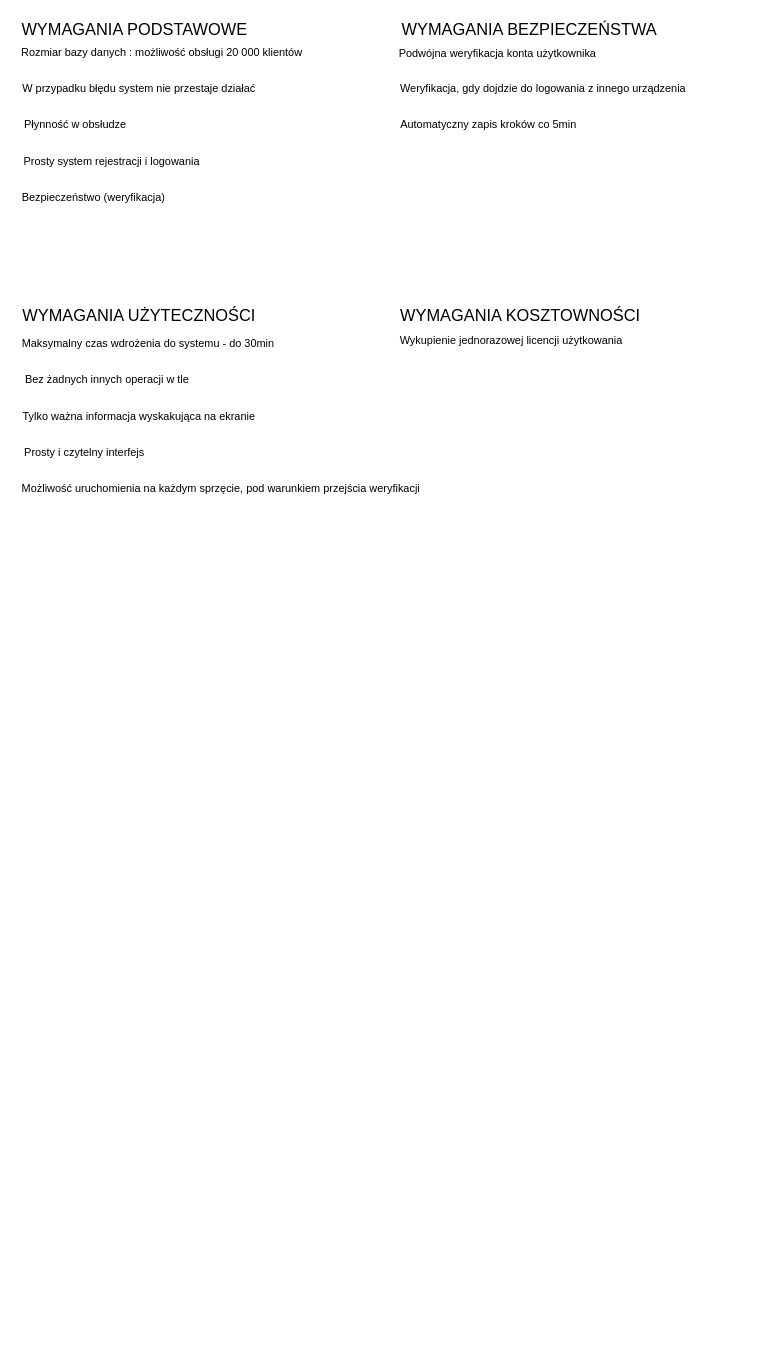
Earlier version of the draw.io diagram Untitled Diagram.drawio (Man1exter/wifiFinder). Source tidied: cells renumbered, new cells numbered last; positions are measured from the earlier drawing's top-left corner, leaving out a move shared by most shapes. Both pictures are drawn from the tidied source at 91%, with x=0, y=0 at pixel (15, 15).
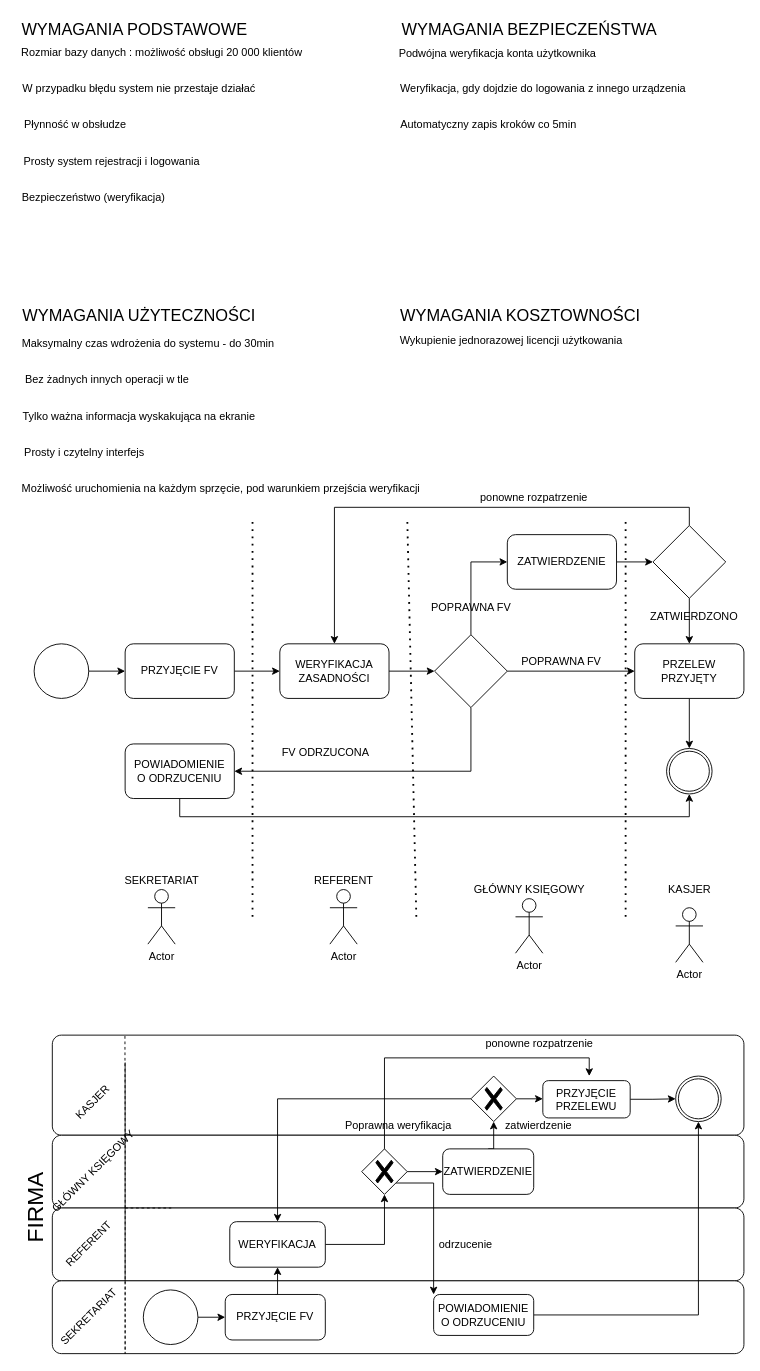
The same page after the edit.

Diff of the diagram source:
```diff
@@
+    <mxCell id="20" style="edgeStyle=orthogonalEdgeStyle;rounded=0;jettySize=auto;html=1;fontSize=12;" parent="1" edge="1" source="21" target="23">
+      <mxGeometry relative="1" as="geometry" />
+    </mxCell>
+    <mxCell id="21" style="ellipse;whiteSpace=wrap;html=1;fontSize=12;" parent="1" vertex="1">
+      <mxGeometry x="20" y="690" width="60" height="60" as="geometry" />
+    </mxCell>
+    <mxCell id="22" style="edgeStyle=orthogonalEdgeStyle;rounded=0;jettySize=auto;html=1;fontSize=12;" parent="1" edge="1" source="23" target="25">
+      <mxGeometry relative="1" as="geometry" />
+    </mxCell>
+    <mxCell id="23" value="PRZYJĘCIE FV" style="rounded=1;whiteSpace=wrap;html=1;fontSize=12;" parent="1" vertex="1">
+      <mxGeometry x="120" y="690" width="120" height="60" as="geometry" />
+    </mxCell>
+    <mxCell id="24" style="edgeStyle=orthogonalEdgeStyle;rounded=0;jettySize=auto;html=1;fontSize=12;" parent="1" edge="1" source="25" target="29">
+      <mxGeometry relative="1" as="geometry" />
+    </mxCell>
+    <mxCell id="25" value="WERYFIKACJA ZASADNOŚCI" style="rounded=1;whiteSpace=wrap;html=1;fontSize=12;" parent="1" vertex="1">
+      <mxGeometry x="290" y="690" width="120" height="60" as="geometry" />
+    </mxCell>
+    <mxCell id="26" style="edgeStyle=orthogonalEdgeStyle;rounded=0;jettySize=auto;html=1;exitX=1;exitY=0.5;exitDx=0;exitDy=0;fontSize=12;" parent="1" edge="1" source="29" target="31">
+      <mxGeometry relative="1" as="geometry" />
+    </mxCell>
+    <mxCell id="27" style="edgeStyle=orthogonalEdgeStyle;rounded=0;jettySize=auto;html=1;exitX=0.5;exitY=1;exitDx=0;exitDy=0;entryX=1;entryY=0.5;entryDx=0;entryDy=0;fontSize=12;" parent="1" edge="1" source="29" target="33">
+      <mxGeometry relative="1" as="geometry" />
+    </mxCell>
+    <mxCell id="28" style="edgeStyle=orthogonalEdgeStyle;rounded=0;jettySize=auto;html=1;exitX=0.5;exitY=0;exitDx=0;exitDy=0;entryX=0;entryY=0.5;entryDx=0;entryDy=0;fontSize=12;" parent="1" edge="1" source="29" target="35">
+      <mxGeometry relative="1" as="geometry" />
+    </mxCell>
+    <mxCell id="29" style="rhombus;whiteSpace=wrap;html=1;fontSize=12;" parent="1" vertex="1">
+      <mxGeometry x="460" y="680" width="80" height="80" as="geometry" />
+    </mxCell>
+    <mxCell id="30" style="edgeStyle=orthogonalEdgeStyle;rounded=0;jettySize=auto;html=1;exitX=0.5;exitY=1;exitDx=0;exitDy=0;entryX=0.5;entryY=0;entryDx=0;entryDy=0;entryPerimeter=0;fontSize=12;" parent="1" edge="1" source="31" target="36">
+      <mxGeometry relative="1" as="geometry" />
+    </mxCell>
+    <mxCell id="31" value="PRZELEW PRZYJĘTY" style="rounded=1;whiteSpace=wrap;html=1;fontSize=12;" parent="1" vertex="1">
+      <mxGeometry x="680" y="690" width="120" height="60" as="geometry" />
+    </mxCell>
+    <mxCell id="32" style="edgeStyle=orthogonalEdgeStyle;rounded=0;jettySize=auto;html=1;exitX=0.5;exitY=1;exitDx=0;exitDy=0;entryX=0.5;entryY=1;entryDx=0;entryDy=0;entryPerimeter=0;fontSize=12;" parent="1" edge="1" source="33" target="36">
+      <mxGeometry relative="1" as="geometry" />
+    </mxCell>
+    <mxCell id="33" value="POWIADOMIENIE&lt;br&gt;O ODRZUCENIU" style="rounded=1;whiteSpace=wrap;html=1;fontSize=12;" parent="1" vertex="1">
+      <mxGeometry x="120" y="800" width="120" height="60" as="geometry" />
+    </mxCell>
+    <mxCell id="34" style="edgeStyle=orthogonalEdgeStyle;rounded=0;jettySize=auto;html=1;exitX=1;exitY=0.5;exitDx=0;exitDy=0;entryX=0;entryY=0.5;entryDx=0;entryDy=0;fontSize=12;" parent="1" edge="1" source="35" target="39">
+      <mxGeometry relative="1" as="geometry" />
+    </mxCell>
+    <mxCell id="35" value="ZATWIERDZENIE" style="rounded=1;whiteSpace=wrap;html=1;fontSize=12;" parent="1" vertex="1">
+      <mxGeometry x="540" y="570" width="120" height="60" as="geometry" />
+    </mxCell>
+    <mxCell id="36" style="points=[[0.145,0.145,0],[0.5,0,0],[0.855,0.145,0],[1,0.5,0],[0.855,0.855,0],[0.5,1,0],[0.145,0.855,0],[0,0.5,0]];shape=mxgraph.bpmn.event;html=1;verticalLabelPosition=bottom;labelBackgroundColor=#ffffff;verticalAlign=top;align=center;perimeter=ellipsePerimeter;outlineConnect=0;outline=throwing;symbol=general;fontSize=12;" parent="1" vertex="1">
+      <mxGeometry x="715" y="805" width="50" height="50" as="geometry" />
+    </mxCell>
+    <mxCell id="37" style="edgeStyle=orthogonalEdgeStyle;rounded=0;jettySize=auto;html=1;exitX=0.5;exitY=1;exitDx=0;exitDy=0;entryX=0.5;entryY=0;entryDx=0;entryDy=0;fontSize=12;" parent="1" edge="1" source="39" target="31">
+      <mxGeometry relative="1" as="geometry" />
+    </mxCell>
+    <mxCell id="38" style="edgeStyle=orthogonalEdgeStyle;rounded=0;jettySize=auto;html=1;exitX=0.5;exitY=0;exitDx=0;exitDy=0;entryX=0.5;entryY=0;entryDx=0;entryDy=0;fontSize=12;" parent="1" edge="1" source="39" target="25">
+      <mxGeometry relative="1" as="geometry" />
+    </mxCell>
+    <mxCell id="39" style="rhombus;whiteSpace=wrap;html=1;fontSize=12;" parent="1" vertex="1">
+      <mxGeometry x="700" y="560" width="80" height="80" as="geometry" />
+    </mxCell>
+    <mxCell id="40" value="SEKRETARIAT&lt;br&gt;" style="text;html=1;align=center;verticalAlign=middle;strokeColor=none;fillColor=none;fontSize=12;" parent="1" vertex="1">
+      <mxGeometry x="110" y="940" width="100" height="20" as="geometry" />
+    </mxCell>
+    <mxCell id="41" value="REFERENT" style="text;html=1;align=center;verticalAlign=middle;strokeColor=none;fillColor=none;fontSize=12;" parent="1" vertex="1">
+      <mxGeometry x="320" y="940" width="80" height="20" as="geometry" />
+    </mxCell>
+    <mxCell id="42" value="GŁÓWNY KSIĘGOWY" style="text;html=1;align=center;verticalAlign=middle;strokeColor=none;fillColor=none;fontSize=12;" parent="1" vertex="1">
+      <mxGeometry x="494" y="950" width="140" height="20" as="geometry" />
+    </mxCell>
+    <mxCell id="43" value="KASJER" style="text;html=1;align=center;verticalAlign=middle;strokeColor=none;fillColor=none;fontSize=12;" parent="1" vertex="1">
+      <mxGeometry x="710" y="950" width="60" height="20" as="geometry" />
+    </mxCell>
+    <mxCell id="44" style="endArrow=none;dashed=1;html=1;dashPattern=1 3;strokeWidth=2;rounded=0;fontSize=12;" parent="1" edge="1">
+      <mxGeometry relative="1" as="geometry">
+        <mxPoint x="260" y="990" as="sourcePoint" />
+        <mxPoint x="260" y="550" as="targetPoint" />
+      </mxGeometry>
+    </mxCell>
+    <mxCell id="45" style="endArrow=none;dashed=1;html=1;dashPattern=1 3;strokeWidth=2;rounded=0;fontSize=12;" parent="1" edge="1">
+      <mxGeometry relative="1" as="geometry">
+        <mxPoint x="440" y="990" as="sourcePoint" />
+        <mxPoint x="430" y="550" as="targetPoint" />
+      </mxGeometry>
+    </mxCell>
+    <mxCell id="46" style="endArrow=none;dashed=1;html=1;dashPattern=1 3;strokeWidth=2;rounded=0;fontSize=12;" parent="1" edge="1">
+      <mxGeometry relative="1" as="geometry">
+        <mxPoint x="670" y="990" as="sourcePoint" />
+        <mxPoint x="670" y="550" as="targetPoint" />
+      </mxGeometry>
+    </mxCell>
+    <mxCell id="47" value="Actor" style="shape=umlActor;verticalLabelPosition=bottom;verticalAlign=top;html=1;fontSize=12;" parent="1" vertex="1">
+      <mxGeometry x="145" y="960" width="30" height="60" as="geometry" />
+    </mxCell>
+    <mxCell id="48" value="Actor" style="shape=umlActor;verticalLabelPosition=bottom;verticalAlign=top;html=1;fontSize=12;" parent="1" vertex="1">
+      <mxGeometry x="345" y="960" width="30" height="60" as="geometry" />
+    </mxCell>
+    <mxCell id="49" value="Actor" style="shape=umlActor;verticalLabelPosition=bottom;verticalAlign=top;html=1;fontSize=12;" parent="1" vertex="1">
+      <mxGeometry x="549" y="970" width="30" height="60" as="geometry" />
+    </mxCell>
+    <mxCell id="50" value="Actor" style="shape=umlActor;verticalLabelPosition=bottom;verticalAlign=top;html=1;fontSize=12;" parent="1" vertex="1">
+      <mxGeometry x="725" y="980" width="30" height="60" as="geometry" />
+    </mxCell>
+    <mxCell id="51" value="ZATWIERDZONO" style="text;html=1;align=center;verticalAlign=middle;strokeColor=none;fillColor=none;fontSize=12;" parent="1" vertex="1">
+      <mxGeometry x="690" y="650" width="110" height="20" as="geometry" />
+    </mxCell>
+    <mxCell id="52" value="FV ODRZUCONA" style="text;html=1;align=center;verticalAlign=middle;strokeColor=none;fillColor=none;fontSize=12;" parent="1" vertex="1">
+      <mxGeometry x="285" y="800" width="110" height="20" as="geometry" />
+    </mxCell>
+    <mxCell id="53" value="POPRAWNA FV" style="text;html=1;align=center;verticalAlign=middle;strokeColor=none;fillColor=none;fontSize=12;" parent="1" vertex="1">
+      <mxGeometry x="549" y="700" width="100" height="20" as="geometry" />
+    </mxCell>
+    <mxCell id="54" value="POPRAWNA FV" style="text;html=1;align=center;verticalAlign=middle;strokeColor=none;fillColor=none;fontSize=12;" parent="1" vertex="1">
+      <mxGeometry x="450" y="640" width="100" height="20" as="geometry" />
+    </mxCell>
+    <mxCell id="55" style="points=[[0.25,0,0],[0.5,0,0],[0.75,0,0],[1,0.25,0],[1,0.5,0],[1,0.75,0],[0.75,1,0],[0.5,1,0],[0.25,1,0],[0,0.75,0],[0,0.5,0],[0,0.25,0]];shape=mxgraph.bpmn.task;whiteSpace=wrap;rectStyle=rounded;size=10;taskMarker=abstract;fontSize=12;" parent="1" vertex="1">
+      <mxGeometry x="40" y="1120" width="760" height="110" as="geometry" />
+    </mxCell>
+    <mxCell id="56" style="shape=mxgraph.bpmn.task;whiteSpace=wrap;rectStyle=rounded;size=10;taskMarker=abstract;fontSize=12;" parent="1" vertex="1">
+      <mxGeometry x="40" y="1230" width="760" height="80" as="geometry" />
+    </mxCell>
+    <mxCell id="57" style="points=[[0.25,0,0],[0.5,0,0],[0.75,0,0],[1,0.25,0],[1,0.5,0],[1,0.75,0],[0.75,1,0],[0.5,1,0],[0.25,1,0],[0,0.75,0],[0,0.5,0],[0,0.25,0]];shape=mxgraph.bpmn.task;whiteSpace=wrap;rectStyle=rounded;size=10;taskMarker=abstract;fontSize=12;" parent="1" vertex="1">
+      <mxGeometry x="40" y="1310" width="760" height="80" as="geometry" />
+    </mxCell>
+    <mxCell id="58" style="points=[[0.25,0,0],[0.5,0,0],[0.75,0,0],[1,0.25,0],[1,0.5,0],[1,0.75,0],[0.75,1,0],[0.5,1,0],[0.25,1,0],[0,0.75,0],[0,0.5,0],[0,0.25,0]];shape=mxgraph.bpmn.task;whiteSpace=wrap;rectStyle=rounded;size=10;taskMarker=abstract;fontSize=12;" parent="1" vertex="1">
+      <mxGeometry x="40" y="1390" width="760" height="80" as="geometry" />
+    </mxCell>
+    <mxCell id="59" style="endArrow=none;dashed=1;html=1;rounded=0;fontSize=12;entryX=0.172;entryY=0;entryDx=0;entryDy=0;entryPerimeter=0;" parent="1" edge="1" source="58" target="57">
+      <mxGeometry relative="1" as="geometry">
+        <Array as="points">
+          <mxPoint x="120" y="1390" />
+          <mxPoint x="120" y="1150" />
+          <mxPoint x="120" y="1470" />
+          <mxPoint x="120" y="1310" />
+        </Array>
+      </mxGeometry>
+    </mxCell>
+    <mxCell id="60" style="endArrow=none;dashed=1;html=1;rounded=0;fontSize=12;entryX=0.105;entryY=0;entryDx=0;entryDy=0;entryPerimeter=0;" parent="1" edge="1" target="55">
+      <mxGeometry relative="1" as="geometry">
+        <mxPoint x="120" y="1310" as="sourcePoint" />
+        <Array as="points">
+          <mxPoint x="120" y="1230" />
+        </Array>
+      </mxGeometry>
+    </mxCell>
+    <mxCell id="61" value="&lt;font style=&quot;font-size: 25px&quot;&gt;FIRMA&lt;br&gt;&lt;br&gt;&lt;/font&gt;" style="text;html=1;align=center;verticalAlign=middle;strokeColor=none;fillColor=none;fontSize=12;rotation=-90;" parent="1" vertex="1">
+      <mxGeometry x="-10" y="1290" width="90" height="40" as="geometry" />
+    </mxCell>
+    <mxCell id="62" value="&lt;font style=&quot;font-size: 12px&quot;&gt;KASJER&lt;/font&gt;" style="text;html=1;align=center;verticalAlign=middle;strokeColor=none;fillColor=none;fontSize=25;rotation=-45;" parent="1" vertex="1">
+      <mxGeometry x="50" y="1170" width="60" height="40" as="geometry" />
+    </mxCell>
+    <mxCell id="63" value="GŁÓWNY KSIĘGOWY" style="text;html=1;align=center;verticalAlign=middle;strokeColor=none;fillColor=none;fontSize=12;rotation=-45;" parent="1" vertex="1">
+      <mxGeometry x="15" y="1260" width="140" height="20" as="geometry" />
+    </mxCell>
+    <mxCell id="64" value="REFERENT" style="text;html=1;align=center;verticalAlign=middle;strokeColor=none;fillColor=none;fontSize=12;rotation=-45;" parent="1" vertex="1">
+      <mxGeometry x="40" y="1340" width="80" height="20" as="geometry" />
+    </mxCell>
+    <mxCell id="65" value="SEKRETARIAT" style="text;html=1;align=center;verticalAlign=middle;strokeColor=none;fillColor=none;fontSize=12;rotation=-45;" parent="1" vertex="1">
+      <mxGeometry x="30" y="1420" width="100" height="20" as="geometry" />
+    </mxCell>
+    <mxCell id="66" style="edgeStyle=orthogonalEdgeStyle;rounded=0;jettySize=auto;html=1;exitX=1;exitY=0.5;exitDx=0;exitDy=0;entryX=0;entryY=0.5;entryDx=0;entryDy=0;fontSize=12;" parent="1" edge="1" source="67" target="69">
+      <mxGeometry relative="1" as="geometry" />
+    </mxCell>
+    <mxCell id="67" style="ellipse;whiteSpace=wrap;html=1;fontSize=12;" parent="1" vertex="1">
+      <mxGeometry x="140" y="1400" width="60" height="60" as="geometry" />
+    </mxCell>
+    <mxCell id="68" style="edgeStyle=orthogonalEdgeStyle;rounded=0;jettySize=auto;html=1;exitX=0.5;exitY=0;exitDx=0;exitDy=0;entryX=0.5;entryY=1;entryDx=0;entryDy=0;fontSize=12;" parent="1" edge="1" source="69" target="71">
+      <mxGeometry relative="1" as="geometry" />
+    </mxCell>
+    <mxCell id="69" value="PRZYJĘCIE FV" style="rounded=1;whiteSpace=wrap;html=1;fontSize=12;" parent="1" vertex="1">
+      <mxGeometry x="230" y="1405" width="110" height="50" as="geometry" />
+    </mxCell>
+    <mxCell id="70" style="edgeStyle=orthogonalEdgeStyle;rounded=0;jettySize=auto;html=1;exitX=1;exitY=0.5;exitDx=0;exitDy=0;entryX=0.5;entryY=1;entryDx=0;entryDy=0;entryPerimeter=0;fontSize=12;" parent="1" edge="1" source="71" target="75">
+      <mxGeometry relative="1" as="geometry" />
+    </mxCell>
+    <mxCell id="71" value="WERYFIKACJA" style="rounded=1;whiteSpace=wrap;html=1;fontSize=12;" parent="1" vertex="1">
+      <mxGeometry x="235" y="1325" width="105" height="50" as="geometry" />
+    </mxCell>
+    <mxCell id="72" style="edgeStyle=orthogonalEdgeStyle;rounded=0;jettySize=auto;html=1;exitX=1;exitY=0.5;exitDx=0;exitDy=0;exitPerimeter=0;entryX=0;entryY=0.5;entryDx=0;entryDy=0;fontSize=12;" parent="1" edge="1" source="75" target="77">
+      <mxGeometry relative="1" as="geometry" />
+    </mxCell>
+    <mxCell id="73" style="edgeStyle=orthogonalEdgeStyle;rounded=0;jettySize=auto;html=1;exitX=0.5;exitY=0;exitDx=0;exitDy=0;exitPerimeter=0;fontSize=12;" parent="1" edge="1" source="75">
+      <mxGeometry relative="1" as="geometry">
+        <mxPoint x="630" y="1165" as="targetPoint" />
+        <Array as="points">
+          <mxPoint x="405" y="1145" />
+          <mxPoint x="630" y="1145" />
+          <mxPoint x="630" y="1165" />
+        </Array>
+      </mxGeometry>
+    </mxCell>
+    <mxCell id="74" style="edgeStyle=orthogonalEdgeStyle;rounded=0;jettySize=auto;html=1;exitX=0.75;exitY=0.75;exitDx=0;exitDy=0;exitPerimeter=0;entryX=0;entryY=0;entryDx=0;entryDy=0;fontSize=12;" parent="1" edge="1" source="75" target="85">
+      <mxGeometry relative="1" as="geometry" />
+    </mxCell>
+    <mxCell id="75" style="points=[[0.25,0.25,0],[0.5,0,0],[0.75,0.25,0],[1,0.5,0],[0.75,0.75,0],[0.5,1,0],[0.25,0.75,0],[0,0.5,0]];shape=mxgraph.bpmn.gateway2;html=1;verticalLabelPosition=bottom;labelBackgroundColor=#ffffff;verticalAlign=top;align=center;perimeter=rhombusPerimeter;outlineConnect=0;outline=none;symbol=none;gwType=exclusive;fontSize=12;" parent="1" vertex="1">
+      <mxGeometry x="380" y="1245" width="50" height="50" as="geometry" />
+    </mxCell>
+    <mxCell id="76" style="edgeStyle=orthogonalEdgeStyle;rounded=0;jettySize=auto;html=1;exitX=0.5;exitY=0;exitDx=0;exitDy=0;entryX=0.5;entryY=1;entryDx=0;entryDy=0;entryPerimeter=0;fontSize=12;" parent="1" edge="1" source="77" target="80">
+      <mxGeometry relative="1" as="geometry" />
+    </mxCell>
+    <mxCell id="77" value="ZATWIERDZENIE" style="rounded=1;whiteSpace=wrap;html=1;fontSize=12;" parent="1" vertex="1">
+      <mxGeometry x="469" y="1245" width="100" height="50" as="geometry" />
+    </mxCell>
+    <mxCell id="78" style="edgeStyle=orthogonalEdgeStyle;rounded=0;jettySize=auto;html=1;exitX=1;exitY=0.5;exitDx=0;exitDy=0;exitPerimeter=0;entryX=0;entryY=0.5;entryDx=0;entryDy=0;fontSize=12;" parent="1" edge="1" source="80" target="82">
+      <mxGeometry relative="1" as="geometry" />
+    </mxCell>
+    <mxCell id="79" style="edgeStyle=orthogonalEdgeStyle;rounded=0;jettySize=auto;html=1;exitX=0;exitY=0.5;exitDx=0;exitDy=0;exitPerimeter=0;fontSize=12;" parent="1" edge="1" source="80" target="71">
+      <mxGeometry relative="1" as="geometry" />
+    </mxCell>
+    <mxCell id="80" style="points=[[0.25,0.25,0],[0.5,0,0],[0.75,0.25,0],[1,0.5,0],[0.75,0.75,0],[0.5,1,0],[0.25,0.75,0],[0,0.5,0]];shape=mxgraph.bpmn.gateway2;html=1;verticalLabelPosition=bottom;labelBackgroundColor=#ffffff;verticalAlign=top;align=center;perimeter=rhombusPerimeter;outlineConnect=0;outline=none;symbol=none;gwType=exclusive;fontSize=12;" parent="1" vertex="1">
+      <mxGeometry x="500" y="1165" width="50" height="50" as="geometry" />
+    </mxCell>
+    <mxCell id="81" style="edgeStyle=orthogonalEdgeStyle;rounded=0;jettySize=auto;html=1;exitX=1;exitY=0.5;exitDx=0;exitDy=0;entryX=0;entryY=0.5;entryDx=0;entryDy=0;entryPerimeter=0;fontSize=12;" parent="1" edge="1" source="82" target="83">
+      <mxGeometry relative="1" as="geometry" />
+    </mxCell>
+    <mxCell id="82" value="PRZYJĘCIE PRZELEWU" style="rounded=1;whiteSpace=wrap;html=1;fontSize=12;" parent="1" vertex="1">
+      <mxGeometry x="579" y="1170" width="96" height="41" as="geometry" />
+    </mxCell>
+    <mxCell id="83" style="points=[[0.145,0.145,0],[0.5,0,0],[0.855,0.145,0],[1,0.5,0],[0.855,0.855,0],[0.5,1,0],[0.145,0.855,0],[0,0.5,0]];shape=mxgraph.bpmn.event;html=1;verticalLabelPosition=bottom;labelBackgroundColor=#ffffff;verticalAlign=top;align=center;perimeter=ellipsePerimeter;outlineConnect=0;outline=throwing;symbol=general;fontSize=12;" parent="1" vertex="1">
+      <mxGeometry x="725" y="1165" width="50" height="50" as="geometry" />
+    </mxCell>
+    <mxCell id="84" style="edgeStyle=orthogonalEdgeStyle;rounded=0;jettySize=auto;html=1;exitX=1;exitY=0.5;exitDx=0;exitDy=0;entryX=0.5;entryY=1;entryDx=0;entryDy=0;entryPerimeter=0;fontSize=12;" parent="1" edge="1" source="85" target="83">
+      <mxGeometry relative="1" as="geometry" />
+    </mxCell>
+    <mxCell id="85" value="POWIADOMIENIE O ODRZUCENIU" style="rounded=1;whiteSpace=wrap;html=1;fontSize=12;" parent="1" vertex="1">
+      <mxGeometry x="459" y="1405" width="110" height="45" as="geometry" />
+    </mxCell>
+    <mxCell id="86" value="odrzucenie" style="text;html=1;align=center;verticalAlign=middle;strokeColor=none;fillColor=none;fontSize=12;" parent="1" vertex="1">
+      <mxGeometry x="459" y="1340" width="70" height="20" as="geometry" />
+    </mxCell>
+    <mxCell id="87" value="ponowne rozpatrzenie" style="text;html=1;align=center;verticalAlign=middle;strokeColor=none;fillColor=none;fontSize=12;" parent="1" vertex="1">
+      <mxGeometry x="504" y="520" width="130" height="20" as="geometry" />
+    </mxCell>
+    <mxCell id="88" value="ponowne rozpatrzenie" style="text;html=1;align=center;verticalAlign=middle;strokeColor=none;fillColor=none;fontSize=12;" parent="1" vertex="1">
+      <mxGeometry x="510" y="1120" width="130" height="20" as="geometry" />
+    </mxCell>
+    <mxCell id="89" value="zatwierdzenie" style="text;html=1;align=center;verticalAlign=middle;strokeColor=none;fillColor=none;fontSize=12;" parent="1" vertex="1">
+      <mxGeometry x="529" y="1210" width="90" height="20" as="geometry" />
+    </mxCell>
+    <mxCell id="90" value="Poprawna weryfikacja" style="text;html=1;align=center;verticalAlign=middle;strokeColor=none;fillColor=none;fontSize=12;" parent="1" vertex="1">
+      <mxGeometry x="355" y="1210" width="130" height="20" as="geometry" />
+    </mxCell>
```
